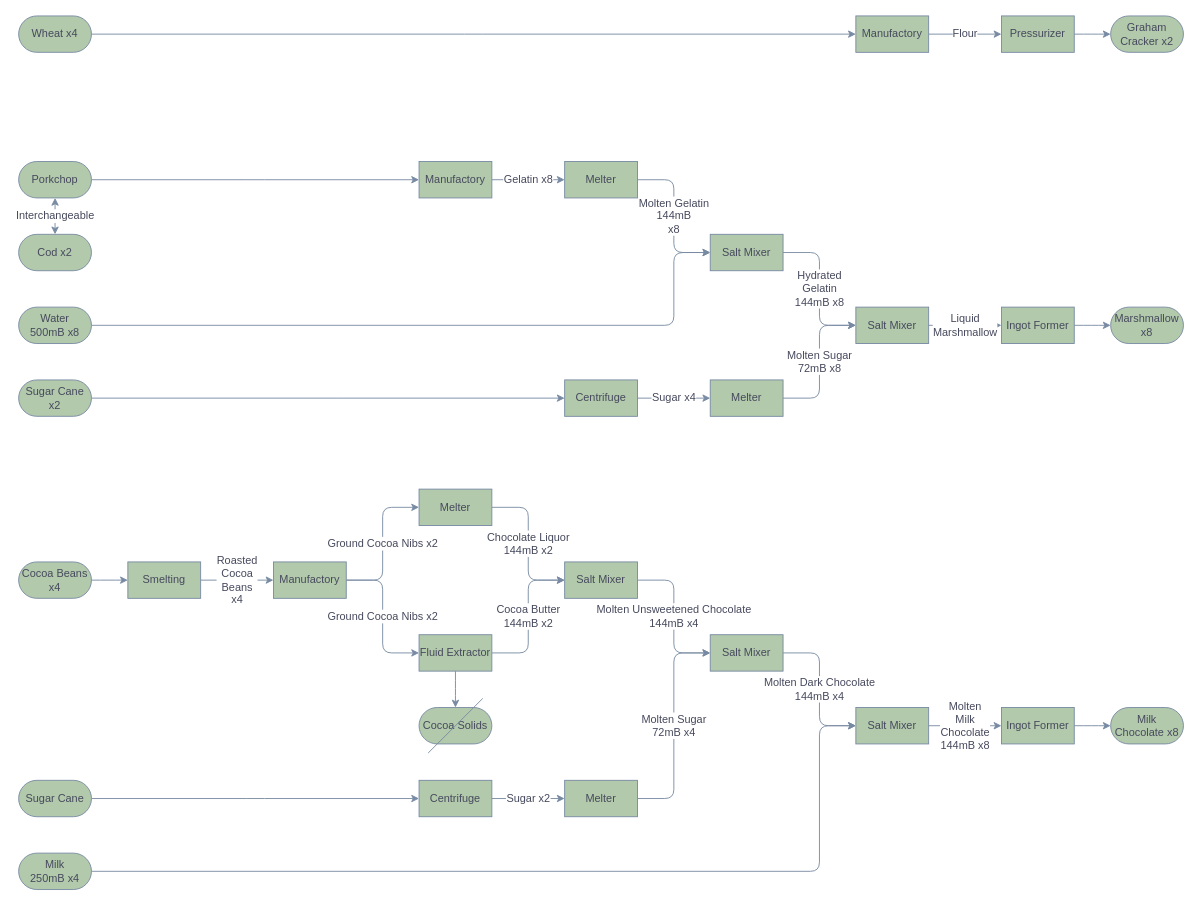
This is S'more.drawio from HaxtonSale1/MC_Diagrams, a draw.io file, before an edit. Source tidied: cells renumbered, new cells numbered last; positions are measured from the earlier drawing's top-left corner, leaving out a move shared by most shapes. Both pictures are drawn from the tidied source at 91%, with x=0, y=0 at pixel (18, 15).
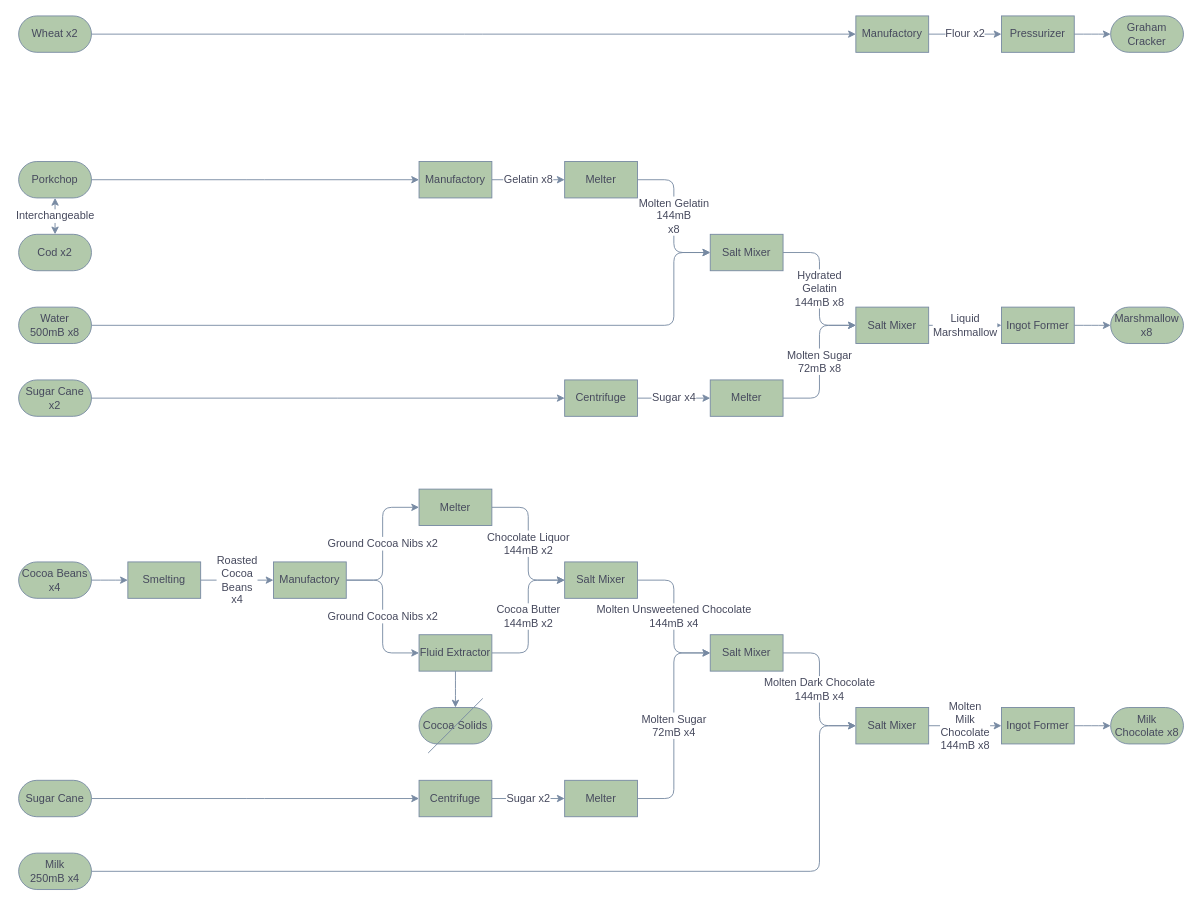
The same diagram, later.

The change refers to these unchanged cells:
```xml
<mxCell id="5" value="Manufactory" style="rounded=0;whiteSpace=wrap;html=1;fontSize=12;fontFamily=Helvetica;fontStyle=0;labelBackgroundColor=none;strokeWidth=1;strokeColor=#788AA3;fontColor=#46495D;fillColor=#B2C9AB;" parent="1" vertex="1">
  <mxGeometry x="920" width="80" height="40" as="geometry" />
</mxCell>
<mxCell id="7" value="Pressurizer" style="rounded=0;whiteSpace=wrap;html=1;fontSize=12;fontFamily=Helvetica;fontStyle=0;labelBackgroundColor=none;strokeWidth=1;strokeColor=#788AA3;fontColor=#46495D;fillColor=#B2C9AB;" parent="1" vertex="1">
  <mxGeometry x="1080" width="80" height="40" as="geometry" />
</mxCell>
```

The edit, as a diff of the source:
```diff
@@
-    <mxCell id="3" value="Wheat x4" style="rounded=1;whiteSpace=wrap;html=1;arcSize=50;fontSize=12;fontFamily=Helvetica;fontStyle=0;labelBackgroundColor=none;strokeWidth=1;strokeColor=#788AA3;fontColor=#46495D;fillColor=#B2C9AB;" parent="1" vertex="1">
+    <mxCell id="3" value="Wheat x2&lt;br&gt;" style="rounded=1;whiteSpace=wrap;html=1;arcSize=50;fontSize=12;fontFamily=Helvetica;fontStyle=0;labelBackgroundColor=none;strokeWidth=1;strokeColor=#788AA3;fontColor=#46495D;fillColor=#B2C9AB;" parent="1" vertex="1">
       <mxGeometry width="80" height="40" as="geometry" />
     </mxCell>
-    <mxCell id="4" value="Flour" style="rounded=1;jettySize=auto;html=1;fontSize=12;fontFamily=Helvetica;edgeStyle=elbowEdgeStyle;fontStyle=0;labelBackgroundColor=#ffffff;strokeWidth=1;fillColor=none;strokeColor=#788AA3;fontColor=#46495D;" parent="1" edge="1" source="5" target="7">
+    <mxCell id="4" value="Flour x2" style="rounded=1;jettySize=auto;html=1;fontSize=12;fontFamily=Helvetica;edgeStyle=elbowEdgeStyle;fontStyle=0;labelBackgroundColor=#ffffff;strokeWidth=1;fillColor=none;strokeColor=#788AA3;fontColor=#46495D;" parent="1" edge="1" source="5" target="7">
       <mxGeometry relative="1" as="geometry" />
     </mxCell>
@@
-    <mxCell id="8" value="Graham Cracker x2" style="rounded=1;whiteSpace=wrap;html=1;arcSize=50;fontSize=12;fontFamily=Helvetica;fontStyle=0;labelBackgroundColor=none;strokeWidth=1;strokeColor=#788AA3;fontColor=#46495D;fillColor=#B2C9AB;" parent="1" vertex="1">
+    <mxCell id="8" value="Graham Cracker&lt;br&gt;" style="rounded=1;whiteSpace=wrap;html=1;arcSize=50;fontSize=12;fontFamily=Helvetica;fontStyle=0;labelBackgroundColor=none;strokeWidth=1;strokeColor=#788AA3;fontColor=#46495D;fillColor=#B2C9AB;" parent="1" vertex="1">
       <mxGeometry x="1200" width="80" height="40" as="geometry" />
     </mxCell>
```
